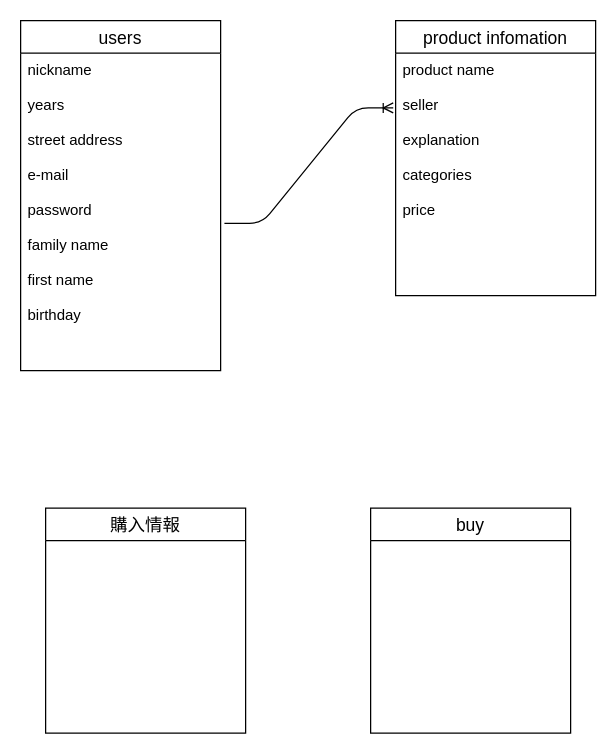
This is table.dio from yamahalion/furima-28125, a draw.io file, before an edit. Source tidied: cells renumbered, new cells numbered last; positions are measured from the earlier drawing's top-left corner, leaving out a move shared by most shapes. Both pictures are drawn from the tidied source at 125%, with x=0, y=0 at pixel (20, 20).
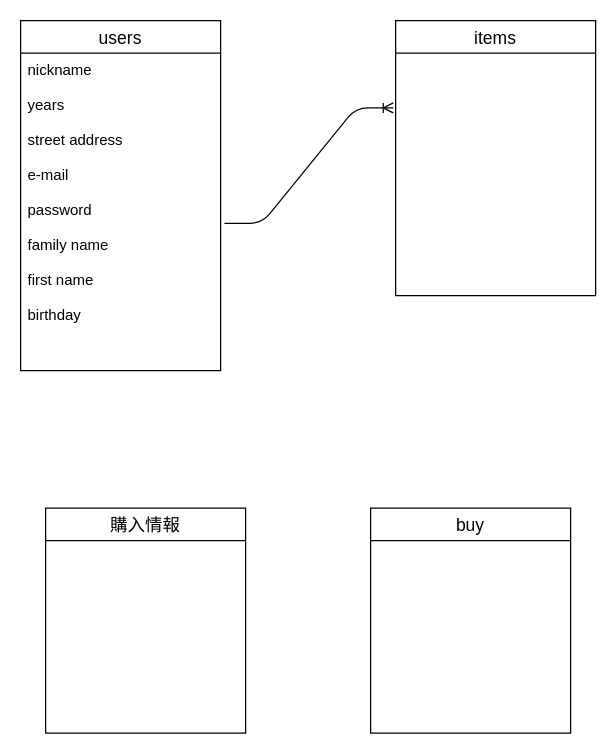
The same page after the edit.

Commit message (it also covers changes not shown here):
テーブル設計

The edit, as a diff of the source:
```diff
@@
 <mxGraphModel>
   <root>
     <mxCell id="0" />
     <mxCell id="1" parent="0" />
     <mxCell id="2" value="users" style="swimlane;fontStyle=0;horizontal=1;startSize=26;align=center;fontSize=14;" parent="1" vertex="1">
       <mxGeometry width="160" height="280" as="geometry" />
     </mxCell>
     <mxCell id="3" value="nickname&#10;&#10;years&#10;&#10;street address&#10;&#10;e-mail&#10;&#10;password&#10;&#10;family name&#10;&#10;first name&#10;&#10;birthday&#10;&#10;&#10;" style="text;strokeColor=none;fillColor=none;spacingLeft=4;spacingRight=4;overflow=hidden;points=[[0,0.5],[1,0.5]];portConstraint=eastwest;fontSize=12;" parent="2" vertex="1">
       <mxGeometry y="26" width="160" height="254" as="geometry" />
     </mxCell>
-    <mxCell id="4" value="product infomation" style="swimlane;fontStyle=0;horizontal=1;startSize=26;align=center;fontSize=14;" parent="1" vertex="1">
+    <mxCell id="4" value="items" style="swimlane;fontStyle=0;horizontal=1;startSize=26;align=center;fontSize=14;" parent="1" vertex="1">
       <mxGeometry x="300" width="160" height="220" as="geometry" />
     </mxCell>
-    <mxCell id="5" value="product name&#10;&#10;seller&#10;&#10;explanation&#10;&#10;categories&#10;&#10;price&#10;&#10;&#10;" style="text;strokeColor=none;fillColor=none;spacingLeft=4;spacingRight=4;overflow=hidden;points=[[0,0.5],[1,0.5]];portConstraint=eastwest;fontSize=12;" parent="4" vertex="1">
-      <mxGeometry y="26" width="160" height="194" as="geometry" />
-    </mxCell>
     <mxCell id="6" value="購入情報" style="swimlane;fontStyle=0;horizontal=1;startSize=26;align=center;fontSize=14;" parent="1" vertex="1">
       <mxGeometry x="20" y="390" width="160" height="180" as="geometry" />
     </mxCell>
-    <mxCell id="7" style="edgeStyle=entityRelationEdgeStyle;fontSize=12;html=1;endArrow=ERoneToMany;exitX=1.019;exitY=0.536;exitDx=0;exitDy=0;exitPerimeter=0;entryX=-0.012;entryY=0.226;entryDx=0;entryDy=0;entryPerimeter=0;" parent="1" edge="1" source="3" target="5">
-      <mxGeometry relative="1" as="geometry" />
+    <mxCell id="7" style="edgeStyle=entityRelationEdgeStyle;fontSize=12;html=1;endArrow=ERoneToMany;exitX=1.019;exitY=0.536;exitDx=0;exitDy=0;exitPerimeter=0;entryX=-0.012;entryY=0.226;entryDx=0;entryDy=0;entryPerimeter=0;" parent="1" edge="1" source="3">
+      <mxGeometry relative="1" as="geometry">
+        <mxPoint x="298.1" y="69.8" as="targetPoint" />
+      </mxGeometry>
     </mxCell>
     <mxCell id="8" value="buy" style="swimlane;fontStyle=0;horizontal=1;startSize=26;align=center;fontSize=14;" parent="1" vertex="1">
       <mxGeometry x="280" y="390" width="160" height="180" as="geometry" />
     </mxCell>
   </root>
 </mxGraphModel>
```
